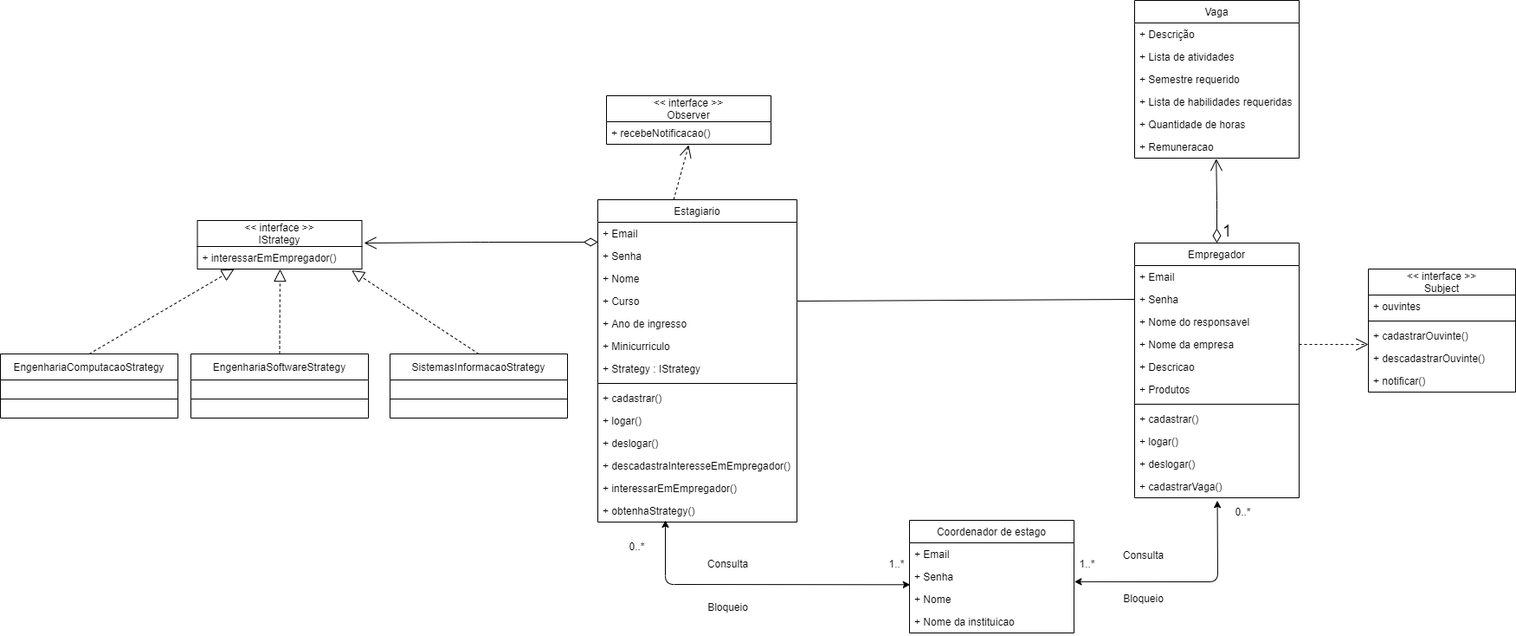
Before: diagramas/UML Strategy.png, a diagram exported from draw.io (juliovcruz/ps-moe). Source tidied: cells renumbered, new cells last; positions are measured from the earlier drawing's top-left corner, leaving out a move shared by most shapes.
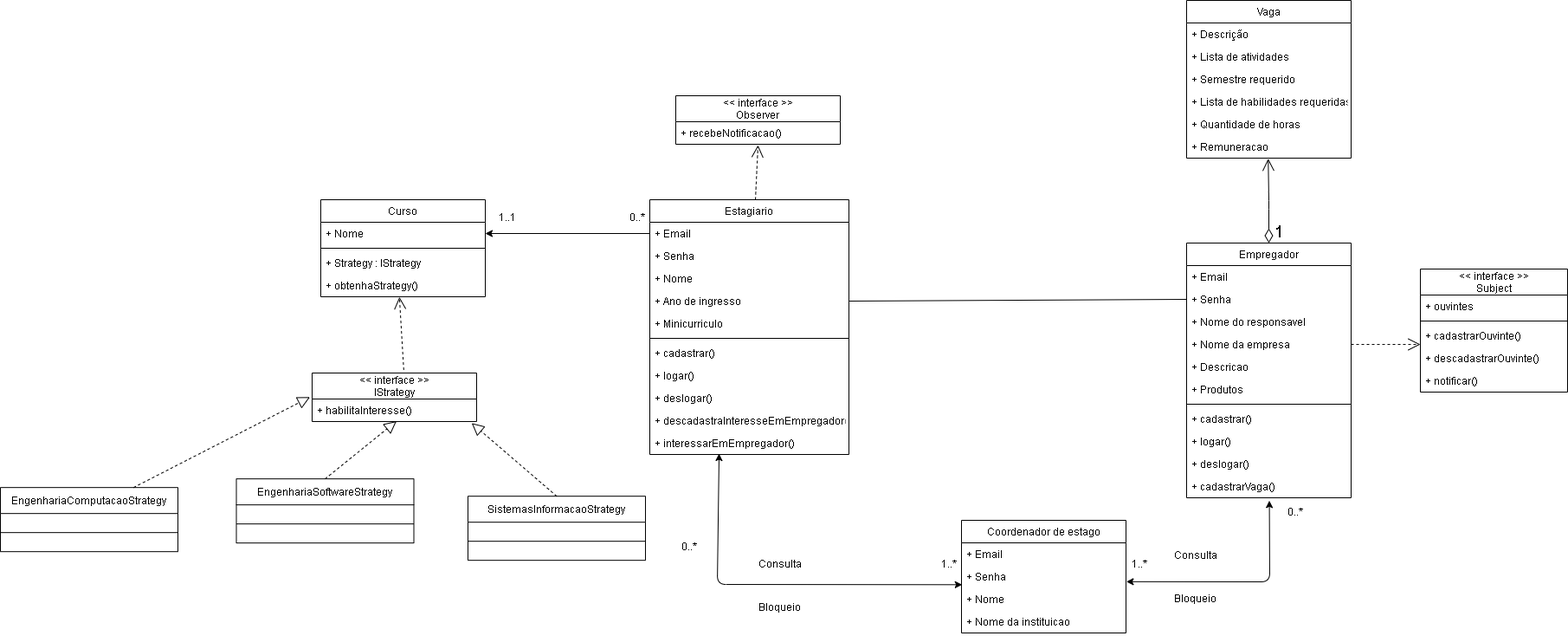
Above is the later version.

Commit message:
ajustes: adicionado entidade de curso e correçao na validação de senha

Change to the diagram source:
```diff
@@ -3,7 +3,7 @@
     <mxCell id="0" />
     <mxCell id="1" parent="0" />
     <mxCell id="2" value="Estagiario" style="swimlane;fontStyle=0;horizontal=1;startSize=26;fillColor=none;" parent="1" vertex="1">
-      <mxGeometry x="690" y="230" width="230" height="372" as="geometry" />
+      <mxGeometry x="690" y="230" width="230" height="294" as="geometry" />
     </mxCell>
     <mxCell id="3" value="+ Email&#10;" style="text;strokeColor=none;fillColor=none;align=left;verticalAlign=top;spacingLeft=4;spacingRight=4;overflow=hidden;points=[[0,0.5],[1,0.5]];portConstraint=eastwest;" parent="2" vertex="1">
       <mxGeometry y="26" width="230" height="26" as="geometry" />
@@ -14,39 +14,30 @@
     <mxCell id="5" value="+ Nome" style="text;strokeColor=none;fillColor=none;align=left;verticalAlign=top;spacingLeft=4;spacingRight=4;overflow=hidden;" parent="2" vertex="1">
       <mxGeometry y="78" width="230" height="26" as="geometry" />
     </mxCell>
-    <mxCell id="6" value="+ Curso" style="text;strokeColor=none;fillColor=none;align=left;verticalAlign=top;spacingLeft=4;spacingRight=4;overflow=hidden;points=[[0,0.5],[1,0.5]];portConstraint=eastwest;" parent="2" vertex="1">
-      <mxGeometry y="104" width="230" height="26" as="geometry" />
-    </mxCell>
     <mxCell id="7" value="+ Ano de ingresso" style="text;strokeColor=none;fillColor=none;align=left;verticalAlign=top;spacingLeft=4;spacingRight=4;overflow=hidden;" parent="2" vertex="1">
-      <mxGeometry y="130" width="230" height="26" as="geometry" />
+      <mxGeometry y="104" width="230" height="26" as="geometry" />
     </mxCell>
     <mxCell id="8" value="+ Minicurriculo" style="text;strokeColor=none;fillColor=none;align=left;verticalAlign=top;spacingLeft=4;spacingRight=4;overflow=hidden;" parent="2" vertex="1">
-      <mxGeometry y="156" width="230" height="26" as="geometry" />
+      <mxGeometry y="130" width="230" height="26" as="geometry" />
     </mxCell>
-    <mxCell id="9" value="+ Strategy : IStrategy" style="text;strokeColor=none;fillColor=none;align=left;verticalAlign=top;spacingLeft=4;spacingRight=4;overflow=hidden;" parent="2" vertex="1">
-      <mxGeometry y="182" width="230" height="26" as="geometry" />
-    </mxCell>
     <mxCell id="10" style="line;strokeWidth=1;fillColor=none;align=left;verticalAlign=middle;spacingTop=-1;spacingLeft=3;spacingRight=3;labelPosition=right;" parent="2" vertex="1">
-      <mxGeometry y="208" width="230" height="8" as="geometry" />
+      <mxGeometry y="156" width="230" height="8" as="geometry" />
     </mxCell>
     <mxCell id="11" value="+ cadastrar()" style="text;strokeColor=none;fillColor=none;align=left;verticalAlign=top;spacingLeft=4;spacingRight=4;overflow=hidden;" parent="2" vertex="1">
-      <mxGeometry y="216" width="230" height="26" as="geometry" />
+      <mxGeometry y="164" width="230" height="26" as="geometry" />
     </mxCell>
     <mxCell id="12" value="+ logar()" style="text;strokeColor=none;fillColor=none;align=left;verticalAlign=top;spacingLeft=4;spacingRight=4;overflow=hidden;" parent="2" vertex="1">
-      <mxGeometry y="242" width="230" height="26" as="geometry" />
+      <mxGeometry y="190" width="230" height="26" as="geometry" />
     </mxCell>
     <mxCell id="13" value="+ deslogar()" style="text;strokeColor=none;fillColor=none;align=left;verticalAlign=top;spacingLeft=4;spacingRight=4;overflow=hidden;" parent="2" vertex="1">
-      <mxGeometry y="268" width="230" height="26" as="geometry" />
+      <mxGeometry y="216" width="230" height="26" as="geometry" />
     </mxCell>
     <mxCell id="14" value="+ descadastraInteresseEmEmpregador()" style="text;strokeColor=none;fillColor=none;align=left;verticalAlign=top;spacingLeft=4;spacingRight=4;overflow=hidden;" parent="2" vertex="1">
-      <mxGeometry y="294" width="230" height="26" as="geometry" />
+      <mxGeometry y="242" width="230" height="26" as="geometry" />
     </mxCell>
     <mxCell id="15" value="+ interessarEmEmpregador()" style="text;strokeColor=none;fillColor=none;align=left;verticalAlign=top;spacingLeft=4;spacingRight=4;overflow=hidden;points=[[0,0.5],[1,0.5]];portConstraint=eastwest;" parent="2" vertex="1">
-      <mxGeometry y="320" width="230" height="26" as="geometry" />
+      <mxGeometry y="268" width="230" height="26" as="geometry" />
     </mxCell>
-    <mxCell id="16" value="+ obtenhaStrategy()" style="text;strokeColor=none;fillColor=none;align=left;verticalAlign=top;spacingLeft=4;spacingRight=4;overflow=hidden;points=[[0,0.5],[1,0.5]];portConstraint=eastwest;" parent="2" vertex="1">
-      <mxGeometry y="346" width="230" height="26" as="geometry" />
-    </mxCell>
     <mxCell id="17" value="Vaga" style="swimlane;fontStyle=0;horizontal=1;startSize=26;fillColor=none;" parent="1" vertex="1">
       <mxGeometry x="1310" width="190" height="182" as="geometry" />
     </mxCell>
@@ -150,9 +141,8 @@
         </Array>
       </mxGeometry>
     </mxCell>
-    <mxCell id="50" style="endArrow=classic;startArrow=classic;html=1;entryX=0.004;entryY=0.858;entryDx=0;entryDy=0;entryPerimeter=0;" parent="1" edge="1" target="38">
+    <mxCell id="50" style="endArrow=classic;startArrow=classic;html=1;entryX=0.004;entryY=0.858;entryDx=0;entryDy=0;entryPerimeter=0;exitX=0.348;exitY=0.962;exitDx=0;exitDy=0;exitPerimeter=0;" parent="1" edge="1" source="15" target="38">
       <mxGeometry relative="1" as="geometry">
-        <mxPoint x="768" y="600" as="sourcePoint" />
         <Array as="points">
           <mxPoint x="768" y="674" />
         </Array>
@@ -176,17 +166,19 @@
     <mxCell id="56" value="+ notificar()" style="text;strokeColor=none;fillColor=none;align=left;verticalAlign=top;spacingLeft=4;spacingRight=4;overflow=hidden;" parent="51" vertex="1">
       <mxGeometry y="116" width="170" height="26" as="geometry" />
     </mxCell>
-    <mxCell id="57" style="endArrow=open;endFill=1;endSize=12;html=1;strokeColor=#000000;exitX=0.381;exitY=0;exitDx=0;exitDy=0;dashed=1;exitPerimeter=0;entryX=0.5;entryY=1.038;entryDx=0;entryDy=0;entryPerimeter=0;" parent="1" edge="1" source="2" target="59">
+    <mxCell id="57" style="endArrow=open;endFill=1;endSize=12;html=1;strokeColor=#000000;dashed=1;entryX=0.5;entryY=1.038;entryDx=0;entryDy=0;entryPerimeter=0;" parent="1" edge="1" source="2" target="59">
       <mxGeometry relative="1" as="geometry" />
     </mxCell>
     <mxCell id="58" value="&lt;&lt; interface &gt;&gt;&#10;Observer" style="swimlane;fontStyle=0;horizontal=1;startSize=30;fillColor=none;" parent="1" vertex="1">
-      <mxGeometry x="700" y="110" width="190" height="56" as="geometry" />
+      <mxGeometry x="720" y="110" width="190" height="56" as="geometry" />
     </mxCell>
     <mxCell id="59" value="+ recebeNotificacao()" style="text;strokeColor=none;fillColor=none;align=left;verticalAlign=top;spacingLeft=4;spacingRight=4;overflow=hidden;points=[[0,0.5],[1,0.5]];portConstraint=eastwest;" parent="58" vertex="1">
       <mxGeometry y="30" width="190" height="26" as="geometry" />
     </mxCell>
-    <mxCell id="60" style="endArrow=none;html=1;strokeColor=#000000;exitX=1;exitY=0.5;exitDx=0;exitDy=0;entryX=0;entryY=0.5;entryDx=0;entryDy=0;" parent="1" edge="1" source="6" target="26">
-      <mxGeometry relative="1" as="geometry" />
+    <mxCell id="60" style="endArrow=none;html=1;strokeColor=#000000;exitX=1;exitY=0.5;exitDx=0;exitDy=0;entryX=0;entryY=0.5;entryDx=0;entryDy=0;" parent="1" edge="1" target="26">
+      <mxGeometry relative="1" as="geometry">
+        <mxPoint x="920" y="347" as="sourcePoint" />
+      </mxGeometry>
     </mxCell>
     <mxCell id="61" style="endArrow=open;endFill=1;endSize=12;html=1;strokeColor=#000000;exitX=1;exitY=0.5;exitDx=0;exitDy=0;dashed=1;entryX=0;entryY=0.885;entryDx=0;entryDy=0;entryPerimeter=0;" parent="1" edge="1" source="28" target="54">
       <mxGeometry relative="1" as="geometry" />
@@ -194,45 +186,65 @@
     <mxCell id="62" value="1" style="endArrow=open;html=1;endSize=12;startArrow=diamondThin;startSize=14;startFill=0;edgeStyle=orthogonalEdgeStyle;align=left;verticalAlign=bottom;fontSize=19;strokeColor=#000000;entryX=0.496;entryY=1.022;entryDx=0;entryDy=0;entryPerimeter=0;" parent="1" edge="1" source="24" target="23">
       <mxGeometry x="-1" y="-5" relative="1" as="geometry" />
     </mxCell>
-    <mxCell id="63" value="&lt;&lt; interface &gt;&gt;&#10;IStrategy" style="swimlane;fontStyle=0;horizontal=1;startSize=30;fillColor=none;" parent="1" vertex="1">
-      <mxGeometry x="227.5" y="254" width="190" height="56" as="geometry" />
-    </mxCell>
-    <mxCell id="64" value="+ interessarEmEmpregador()" style="text;strokeColor=none;fillColor=none;align=left;verticalAlign=top;spacingLeft=4;spacingRight=4;overflow=hidden;points=[[0,0.5],[1,0.5]];portConstraint=eastwest;" parent="63" vertex="1">
-      <mxGeometry y="30" width="190" height="26" as="geometry" />
-    </mxCell>
     <mxCell id="65" value="EngenhariaComputacaoStrategy" style="swimlane;fontStyle=0;horizontal=1;startSize=30;fillColor=none;" parent="1" vertex="1">
-      <mxGeometry y="408" width="205" height="74" as="geometry" />
+      <mxGeometry x="-60" y="562.2" width="205" height="74" as="geometry" />
     </mxCell>
     <mxCell id="66" style="line;strokeWidth=1;fillColor=none;align=left;verticalAlign=middle;spacingTop=-1;spacingLeft=3;spacingRight=3;labelPosition=right;" parent="65" vertex="1">
       <mxGeometry y="30" width="205" height="44" as="geometry" />
     </mxCell>
     <mxCell id="67" value="EngenhariaSoftwareStrategy" style="swimlane;fontStyle=0;horizontal=1;startSize=30;fillColor=none;" parent="1" vertex="1">
-      <mxGeometry x="220" y="408" width="205" height="74" as="geometry" />
+      <mxGeometry x="212.5" y="552.2" width="205" height="74" as="geometry" />
     </mxCell>
     <mxCell id="68" style="line;strokeWidth=1;fillColor=none;align=left;verticalAlign=middle;spacingTop=-1;spacingLeft=3;spacingRight=3;labelPosition=right;" parent="67" vertex="1">
       <mxGeometry y="30" width="205" height="44" as="geometry" />
     </mxCell>
     <mxCell id="69" value="SistemasInformacaoStrategy" style="swimlane;fontStyle=0;horizontal=1;startSize=30;fillColor=none;" parent="1" vertex="1">
-      <mxGeometry x="450" y="408" width="205" height="74" as="geometry" />
+      <mxGeometry x="480" y="572.2" width="205" height="74" as="geometry" />
     </mxCell>
     <mxCell id="70" style="line;strokeWidth=1;fillColor=none;align=left;verticalAlign=middle;spacingTop=-1;spacingLeft=3;spacingRight=3;labelPosition=right;" parent="69" vertex="1">
       <mxGeometry y="30" width="205" height="44" as="geometry" />
     </mxCell>
-    <mxCell id="71" style="endArrow=block;dashed=1;endFill=0;endSize=12;html=1;exitX=0.5;exitY=0;exitDx=0;exitDy=0;" parent="1" edge="1" source="65">
-      <mxGeometry relative="1" as="geometry">
-        <mxPoint x="270" y="310" as="targetPoint" />
-      </mxGeometry>
+    <mxCell id="71" style="endArrow=block;dashed=1;endFill=0;endSize=12;html=1;entryX=-0.013;entryY=-0.085;entryDx=0;entryDy=0;exitX=0.75;exitY=0;exitDx=0;exitDy=0;entryPerimeter=0;" parent="1" edge="1" source="65" target="82">
+      <mxGeometry relative="1" as="geometry" />
     </mxCell>
-    <mxCell id="72" style="endArrow=block;dashed=1;endFill=0;endSize=12;html=1;exitX=0.5;exitY=0;exitDx=0;exitDy=0;" parent="1" edge="1" source="67">
-      <mxGeometry relative="1" as="geometry">
-        <mxPoint x="323" y="310" as="targetPoint" />
-      </mxGeometry>
+    <mxCell id="72" style="endArrow=block;dashed=1;endFill=0;endSize=12;html=1;exitX=0.5;exitY=0;exitDx=0;exitDy=0;entryX=0.513;entryY=0.983;entryDx=0;entryDy=0;entryPerimeter=0;" parent="1" edge="1" source="67" target="82">
+      <mxGeometry relative="1" as="geometry" />
     </mxCell>
-    <mxCell id="73" style="endArrow=block;dashed=1;endFill=0;endSize=12;html=1;exitX=0.5;exitY=0;exitDx=0;exitDy=0;entryX=0.938;entryY=1.06;entryDx=0;entryDy=0;entryPerimeter=0;" parent="1" edge="1" source="69" target="64">
+    <mxCell id="73" style="endArrow=block;dashed=1;endFill=0;endSize=12;html=1;exitX=0.5;exitY=0;exitDx=0;exitDy=0;entryX=0.97;entryY=1.069;entryDx=0;entryDy=0;entryPerimeter=0;" parent="1" edge="1" source="69" target="82">
       <mxGeometry relative="1" as="geometry" />
     </mxCell>
-    <mxCell id="74" style="endArrow=open;html=1;endSize=12;startArrow=diamondThin;startSize=14;startFill=0;edgeStyle=orthogonalEdgeStyle;entryX=1.013;entryY=-0.154;entryDx=0;entryDy=0;entryPerimeter=0;exitX=0.001;exitY=0.883;exitDx=0;exitDy=0;exitPerimeter=0;" parent="1" edge="1" source="3" target="64">
-      <mxGeometry relative="1" as="geometry" />
-    </mxCell>
+    <mxCell id="75" value="Curso" style="swimlane;fontStyle=0;horizontal=1;startSize=26;fillColor=none;" parent="1" vertex="1">
+      <mxGeometry x="310" y="230" width="190" height="112" as="geometry" />
+    </mxCell>
+    <mxCell id="76" value="+ Nome&#10;" style="text;strokeColor=none;fillColor=none;align=left;verticalAlign=top;spacingLeft=4;spacingRight=4;overflow=hidden;points=[[0,0.5],[1,0.5]];portConstraint=eastwest;" parent="75" vertex="1">
+      <mxGeometry y="26" width="190" height="26" as="geometry" />
+    </mxCell>
+    <mxCell id="77" style="line;strokeWidth=1;fillColor=none;align=left;verticalAlign=middle;spacingTop=-1;spacingLeft=3;spacingRight=3;labelPosition=right;" parent="75" vertex="1">
+      <mxGeometry y="52" width="190" height="8" as="geometry" />
+    </mxCell>
+    <mxCell id="9" value="+ Strategy : IStrategy" style="text;strokeColor=none;fillColor=none;align=left;verticalAlign=top;spacingLeft=4;spacingRight=4;overflow=hidden;" parent="75" vertex="1">
+      <mxGeometry y="60" width="190" height="26" as="geometry" />
+    </mxCell>
+    <mxCell id="16" value="+ obtenhaStrategy()" style="text;strokeColor=none;fillColor=none;align=left;verticalAlign=top;spacingLeft=4;spacingRight=4;overflow=hidden;points=[[0,0.5],[1,0.5]];portConstraint=eastwest;" parent="75" vertex="1">
+      <mxGeometry y="86" width="190" height="26" as="geometry" />
+    </mxCell>
+    <mxCell id="78" style="endArrow=open;endFill=1;endSize=12;html=1;strokeColor=#000000;dashed=1;entryX=0.478;entryY=1.009;entryDx=0;entryDy=0;entryPerimeter=0;exitX=0.557;exitY=-0.063;exitDx=0;exitDy=0;exitPerimeter=0;" parent="1" edge="1" source="63" target="16">
+      <mxGeometry relative="1" as="geometry" />
+    </mxCell>
+    <mxCell id="79" style="endArrow=classic;html=1;entryX=1;entryY=0.5;entryDx=0;entryDy=0;exitX=0;exitY=0.5;exitDx=0;exitDy=0;" parent="1" edge="1" source="3" target="76">
+      <mxGeometry relative="1" as="geometry" />
+    </mxCell>
+    <mxCell id="80" value="1..1" style="text;html=1;align=center;verticalAlign=middle;strokeColor=none;" parent="1" vertex="1">
+      <mxGeometry x="505" y="240" width="40" height="20" as="geometry" />
+    </mxCell>
+    <mxCell id="81" value="0..*" style="text;html=1;align=center;verticalAlign=middle;strokeColor=none;" parent="1" vertex="1">
+      <mxGeometry x="660" y="240" width="30" height="20" as="geometry" />
+    </mxCell>
+    <mxCell id="63" value="&lt;&lt; interface &gt;&gt;&#10;IStrategy" style="swimlane;fontStyle=0;horizontal=1;startSize=30;fillColor=none;" parent="1" vertex="1">
+      <mxGeometry x="300" y="430" width="190" height="56" as="geometry" />
+    </mxCell>
+    <mxCell id="82" value="+ habilitaInteresse()" style="text;strokeColor=none;fillColor=none;align=left;verticalAlign=top;spacingLeft=4;spacingRight=4;overflow=hidden;points=[[0,0.5],[1,0.5]];portConstraint=eastwest;" parent="63" vertex="1">
+      <mxGeometry y="30" width="190" height="26" as="geometry" />
+    </mxCell>
   </root>
 </mxGraphModel>
```
